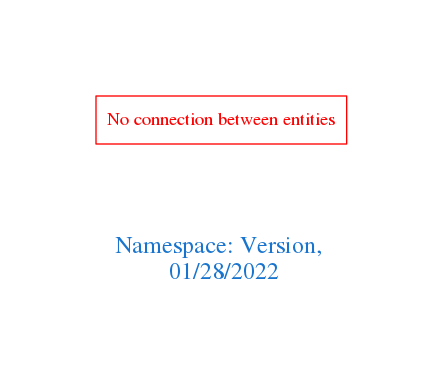
This is downloads/Version.png from arago/OGIT, a Graphviz export, as it was before one commit. Its source is kept beside it as downloads/Version.dot.
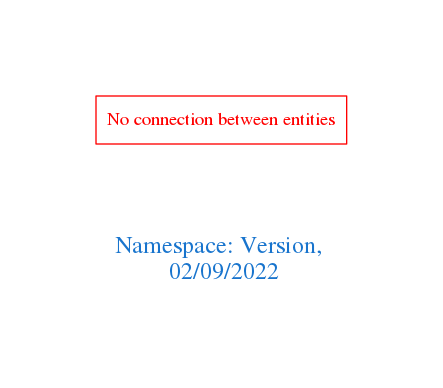
Later version of the same file.

What changed in the source:
```diff
@@ -1,7 +1,7 @@
 digraph OGIT_ontology {
  graph [ rankdir= LR,pad=1
 fontsize = 18,
-fontcolor= dodgerblue3,label = "\n\n\nNamespace: Version, \n 01/28/2022"];
+fontcolor= dodgerblue3,label = "\n\n\nNamespace: Version, \n 02/09/2022"];
 node[shape=polygon];
 edge [  color="gray81"];
 
```
